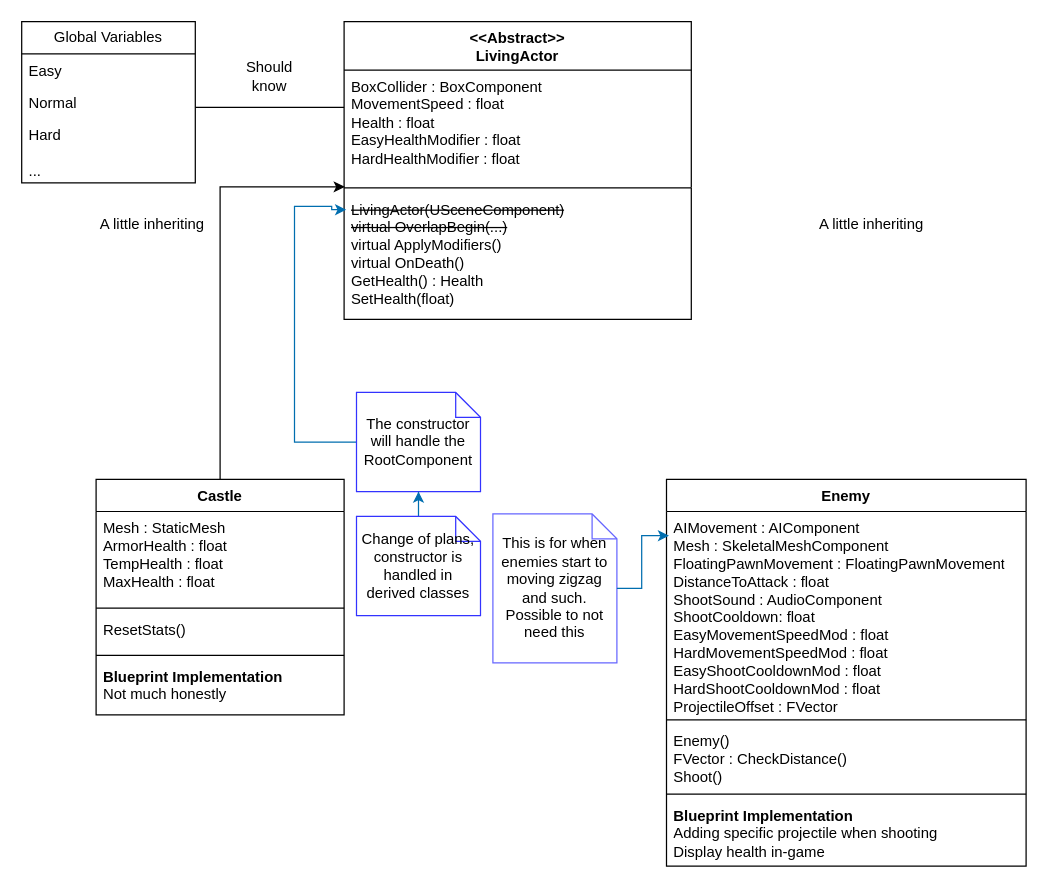
Above: Design/LivingActorDesign.drawio in Edge321/DragonsDefense_v2 (draw.io), before the change. Source tidied: cells renumbered, new cells numbered last; positions are measured from the earlier drawing's top-left corner, leaving out a move shared by most shapes. Both pictures are drawn from the tidied source at 124%, with x=0, y=0 at pixel (21, 21).
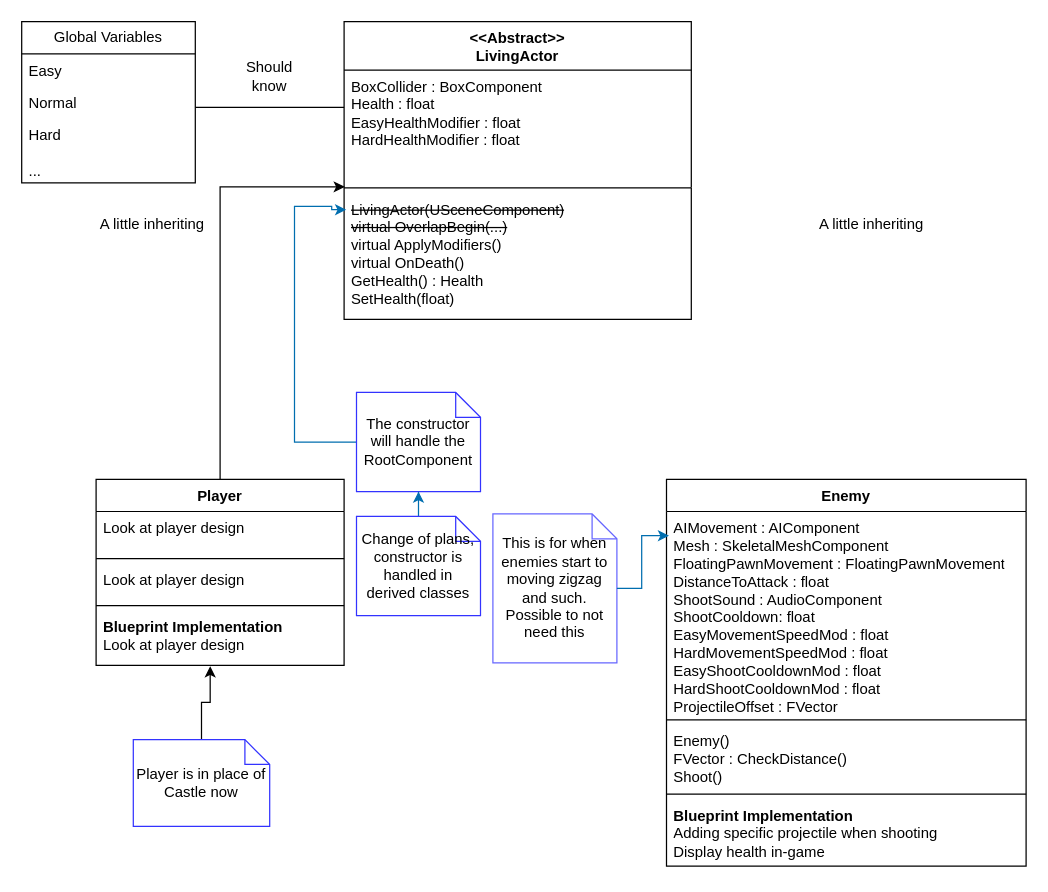
The same diagram, later.

The change refers to these unchanged cells:
```xml
<mxCell id="2" value="&amp;lt;&amp;lt;Abstract&amp;gt;&amp;gt;&lt;br&gt;LivingActor" style="swimlane;fontStyle=1;align=center;verticalAlign=top;horizontal=1;startSize=39;whiteSpace=wrap;html=1;" parent="1" vertex="1">
  <mxGeometry x="260" width="280" height="240" as="geometry" />
</mxCell>
```

Change to the diagram source:
```diff
@@
-    <mxCell id="3" value="BoxCollider : BoxComponent&lt;br&gt;MovementSpeed : float&lt;br&gt;Health : float&lt;br&gt;EasyHealthModifier : float&lt;br&gt;HardHealthModifier : float" style="text;strokeColor=none;fillColor=none;align=left;verticalAlign=top;spacingLeft=4;spacingRight=4;overflow=hidden;whiteSpace=wrap;html=1;" parent="2" vertex="1">
+    <mxCell id="3" value="BoxCollider : BoxComponent&lt;br&gt;Health : float&lt;br&gt;EasyHealthModifier : float&lt;br&gt;HardHealthModifier : float" style="text;strokeColor=none;fillColor=none;align=left;verticalAlign=top;spacingLeft=4;spacingRight=4;overflow=hidden;whiteSpace=wrap;html=1;" parent="2" vertex="1">
       <mxGeometry y="39" width="280" height="91" as="geometry" />
     </mxCell>
@@
-    <mxCell id="6" value="Castle" style="swimlane;fontStyle=1;align=center;verticalAlign=top;horizontal=1;startSize=26;whiteSpace=wrap;html=1;" parent="1" vertex="1">
-      <mxGeometry x="60" y="369" width="200" height="190" as="geometry" />
+    <mxCell id="6" value="Player" style="swimlane;fontStyle=1;align=center;verticalAlign=top;horizontal=1;startSize=26;whiteSpace=wrap;html=1;" parent="1" vertex="1">
+      <mxGeometry x="60" y="369" width="200" height="150" as="geometry" />
     </mxCell>
-    <mxCell id="7" value="Mesh : StaticMesh&lt;br&gt;ArmorHealth : float&lt;br&gt;TempHealth : float&lt;br&gt;MaxHealth : float" style="text;strokeColor=none;fillColor=none;align=left;verticalAlign=top;spacingLeft=4;spacingRight=4;overflow=hidden;whiteSpace=wrap;html=1;" parent="6" vertex="1">
-      <mxGeometry y="26" width="200" height="74" as="geometry" />
+    <mxCell id="7" value="Look at player design" style="text;strokeColor=none;fillColor=none;align=left;verticalAlign=top;spacingLeft=4;spacingRight=4;overflow=hidden;whiteSpace=wrap;html=1;" parent="6" vertex="1">
+      <mxGeometry y="26" width="200" height="34" as="geometry" />
     </mxCell>
     <mxCell id="8" style="line;strokeWidth=1;fillColor=none;align=left;verticalAlign=middle;spacingTop=-1;spacingLeft=3;spacingRight=3;labelPosition=right;strokeColor=inherit;" parent="6" vertex="1">
-      <mxGeometry y="100" width="200" height="8" as="geometry" />
+      <mxGeometry y="60" width="200" height="8" as="geometry" />
     </mxCell>
-    <mxCell id="9" value="ResetStats()" style="text;strokeColor=none;fillColor=none;align=left;verticalAlign=top;spacingLeft=4;spacingRight=4;overflow=hidden;whiteSpace=wrap;html=1;" parent="6" vertex="1">
-      <mxGeometry y="108" width="200" height="30" as="geometry" />
+    <mxCell id="9" value="Look at player design" style="text;strokeColor=none;fillColor=none;align=left;verticalAlign=top;spacingLeft=4;spacingRight=4;overflow=hidden;whiteSpace=wrap;html=1;" parent="6" vertex="1">
+      <mxGeometry y="68" width="200" height="30" as="geometry" />
     </mxCell>
     <mxCell id="10" style="line;strokeWidth=1;fillColor=none;align=left;verticalAlign=middle;spacingTop=-1;spacingLeft=3;spacingRight=3;labelPosition=right;strokeColor=inherit;" parent="6" vertex="1">
-      <mxGeometry y="138" width="200" height="8" as="geometry" />
+      <mxGeometry y="98" width="200" height="8" as="geometry" />
     </mxCell>
-    <mxCell id="11" value="&lt;b&gt;Blueprint Implementation&lt;/b&gt;&lt;br&gt;Not much honestly" style="text;strokeColor=none;fillColor=none;align=left;verticalAlign=top;spacingLeft=4;spacingRight=4;overflow=hidden;points=[[0,0.5],[1,0.5]];portConstraint=eastwest;whiteSpace=wrap;html=1;" parent="6" vertex="1">
-      <mxGeometry y="146" width="200" height="44" as="geometry" />
+    <mxCell id="11" value="&lt;b&gt;Blueprint Implementation&lt;/b&gt;&lt;br&gt;Look at player design" style="text;strokeColor=none;fillColor=none;align=left;verticalAlign=top;spacingLeft=4;spacingRight=4;overflow=hidden;points=[[0,0.5],[1,0.5]];portConstraint=eastwest;whiteSpace=wrap;html=1;" parent="6" vertex="1">
+      <mxGeometry y="106" width="200" height="44" as="geometry" />
     </mxCell>
@@
+    <mxCell id="34" style="edgeStyle=orthogonalEdgeStyle;rounded=0;jettySize=auto;html=1;entryX=0.46;entryY=1.018;entryDx=0;entryDy=0;entryPerimeter=0;" parent="1" edge="1" source="35" target="11">
+      <mxGeometry relative="1" as="geometry" />
+    </mxCell>
+    <mxCell id="35" value="Player is in place of Castle now" style="shape=note;size=20;whiteSpace=wrap;html=1;strokeColor=#3333FF;" parent="1" vertex="1">
+      <mxGeometry x="90" y="579" width="110" height="70" as="geometry" />
+    </mxCell>
```
